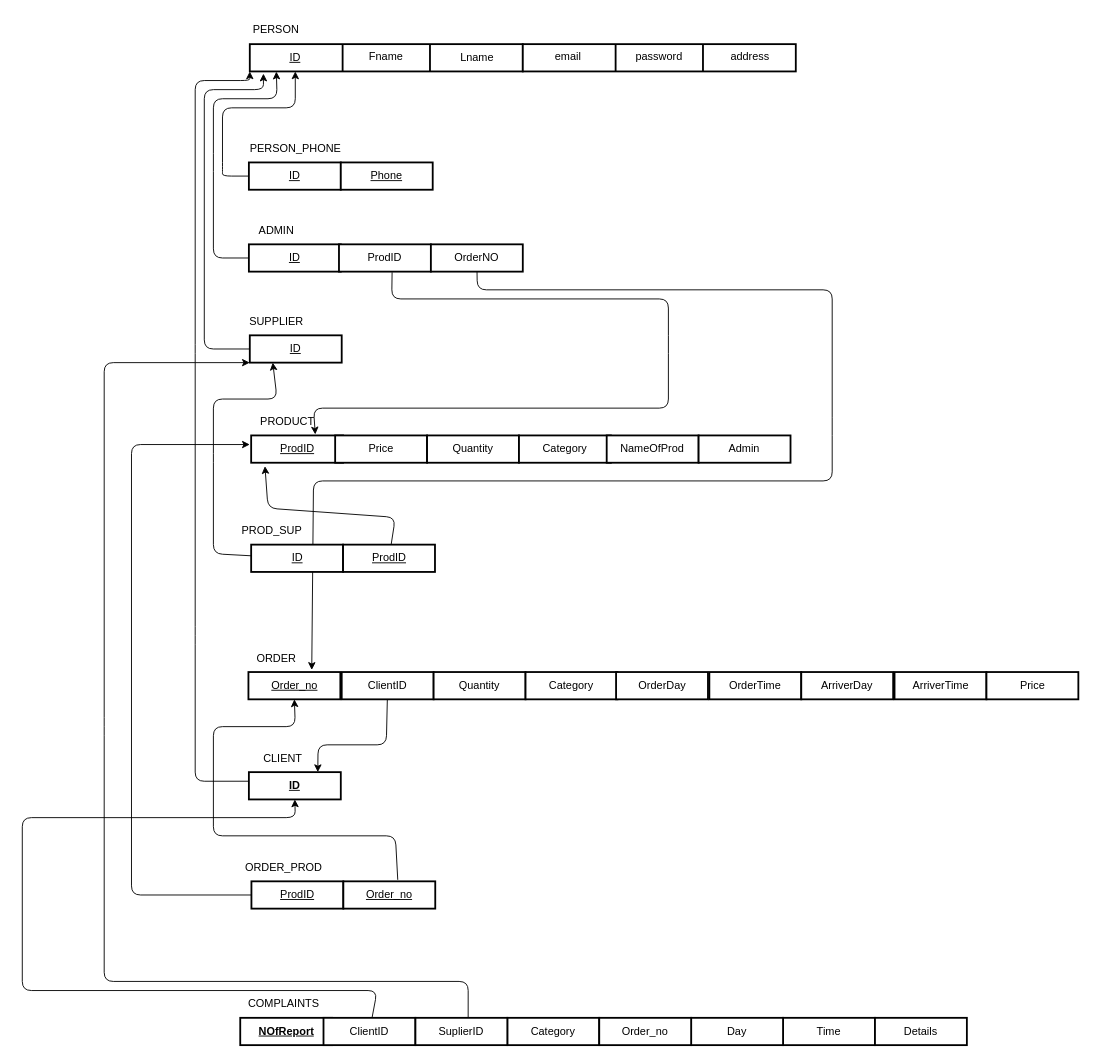
MazenMohamedali/InventoryManagementSystem keeps this draw.io diagram as Mapping.drawio. Above is the earlier version. Source tidied: cells renumbered, new cells numbered last; positions are measured from the earlier drawing's top-left corner, leaving out a move shared by most shapes. Both pictures are drawn from the tidied source at 91%, with x=0, y=0 at pixel (22, 15).
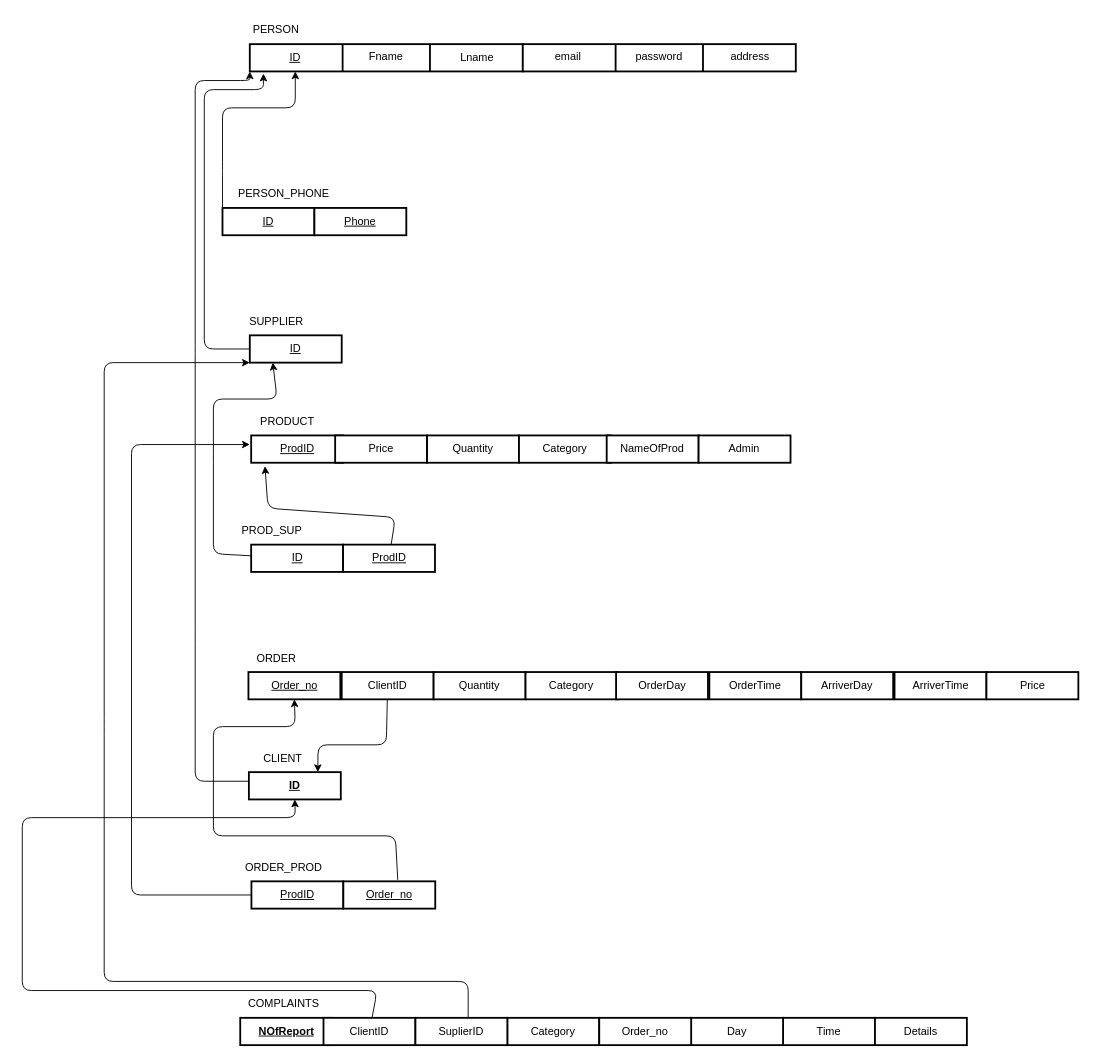
After the change.

The change refers to these unchanged cells:
```xml
<mxCell id="5" value="&lt;u&gt;ID&lt;/u&gt;" style="text;html=1;strokeColor=none;fillColor=none;align=center;verticalAlign=middle;whiteSpace=wrap;rounded=0;" parent="1" vertex="1">
  <mxGeometry x="270" y="31" width="60" height="30" as="geometry" />
</mxCell>
<mxCell id="29" value="PRODUCT" style="text;html=1;align=center;verticalAlign=middle;points=[];strokeColor=none;fillColor=none;" parent="1" vertex="1">
  <mxGeometry x="251" y="431" width="80" height="30" as="geometry" />
</mxCell>
<mxCell id="30" value="&lt;u&gt;Order_no&lt;/u&gt;" style="whiteSpace=wrap;html=1;align=center;strokeWidth=2;" parent="1" vertex="1">
  <mxGeometry x="248.5" y="721" width="101" height="30" as="geometry" />
</mxCell>
```

Diff of the diagram source:
```diff
@@
     <mxCell id="11" value="PERSON_PHONE" style="text;html=1;align=center;verticalAlign=middle;strokeColor=none;fillColor=none;" parent="1" vertex="1">
-      <mxGeometry x="239.5" y="131" width="120" height="30" as="geometry" />
+      <mxGeometry x="227" y="181" width="120" height="30" as="geometry" />
     </mxCell>
@@
     <mxCell id="13" value="&lt;u&gt;ID&lt;/u&gt;" style="whiteSpace=wrap;html=1;align=center;strokeWidth=2;" parent="1" vertex="1">
-      <mxGeometry x="249" y="161" width="101" height="30" as="geometry" />
+      <mxGeometry x="220" y="211" width="101" height="30" as="geometry" />
     </mxCell>
     <mxCell id="14" value="&lt;u&gt;Phone&lt;/u&gt;" style="whiteSpace=wrap;html=1;align=center;strokeWidth=2;" parent="1" vertex="1">
-      <mxGeometry x="350" y="161" width="101" height="30" as="geometry" />
+      <mxGeometry x="321" y="211" width="101" height="30" as="geometry" />
     </mxCell>
-    <mxCell id="15" value="ADMIN" style="text;html=1;align=center;verticalAlign=middle;strokeColor=none;fillColor=none;" parent="1" vertex="1">
-      <mxGeometry x="249" y="221" width="60" height="30" as="geometry" />
-    </mxCell>
-    <mxCell id="16" style="edgeStyle=none;html=1;entryX=0.153;entryY=1.006;entryDx=0;entryDy=0;entryPerimeter=0;exitX=0;exitY=0.5;exitDx=0;exitDy=0;" parent="1" edge="1" source="17" target="5">
-      <mxGeometry relative="1" as="geometry">
-        <Array as="points">
-          <mxPoint x="210" y="266" />
-          <mxPoint x="210" y="161" />
-          <mxPoint x="210" y="91" />
-          <mxPoint x="280" y="91" />
-        </Array>
-      </mxGeometry>
-    </mxCell>
-    <mxCell id="17" value="&lt;u&gt;ID&lt;/u&gt;" style="whiteSpace=wrap;html=1;align=center;strokeWidth=2;" parent="1" vertex="1">
-      <mxGeometry x="249" y="251" width="101" height="30" as="geometry" />
-    </mxCell>
-    <mxCell id="18" value="ProdID" style="whiteSpace=wrap;html=1;align=center;strokeWidth=2;" parent="1" vertex="1">
-      <mxGeometry x="348" y="251" width="101" height="30" as="geometry" />
-    </mxCell>
-    <mxCell id="19" style="edgeStyle=none;html=1;entryX=0.887;entryY=0.963;entryDx=0;entryDy=0;entryPerimeter=0;exitX=0.578;exitY=1.023;exitDx=0;exitDy=0;exitPerimeter=0;" parent="1" edge="1" source="18" target="29">
-      <mxGeometry relative="1" as="geometry">
-        <Array as="points">
-          <mxPoint x="406" y="311" />
-          <mxPoint x="710" y="311" />
-          <mxPoint x="710" y="361" />
-          <mxPoint x="710" y="431" />
-          <mxPoint x="320" y="431" />
-        </Array>
-      </mxGeometry>
-    </mxCell>
-    <mxCell id="20" style="edgeStyle=none;html=1;entryX=0.689;entryY=-0.078;entryDx=0;entryDy=0;entryPerimeter=0;" parent="1" edge="1" source="21" target="30">
-      <mxGeometry relative="1" as="geometry">
-        <Array as="points">
-          <mxPoint x="500" y="301" />
-          <mxPoint x="890" y="301" />
-          <mxPoint x="890" y="451" />
-          <mxPoint x="890" y="511" />
-          <mxPoint x="320" y="511" />
-        </Array>
-      </mxGeometry>
-    </mxCell>
-    <mxCell id="21" value="OrderNO" style="whiteSpace=wrap;html=1;align=center;strokeWidth=2;" parent="1" vertex="1">
-      <mxGeometry x="449" y="251" width="101" height="30" as="geometry" />
-    </mxCell>
```
